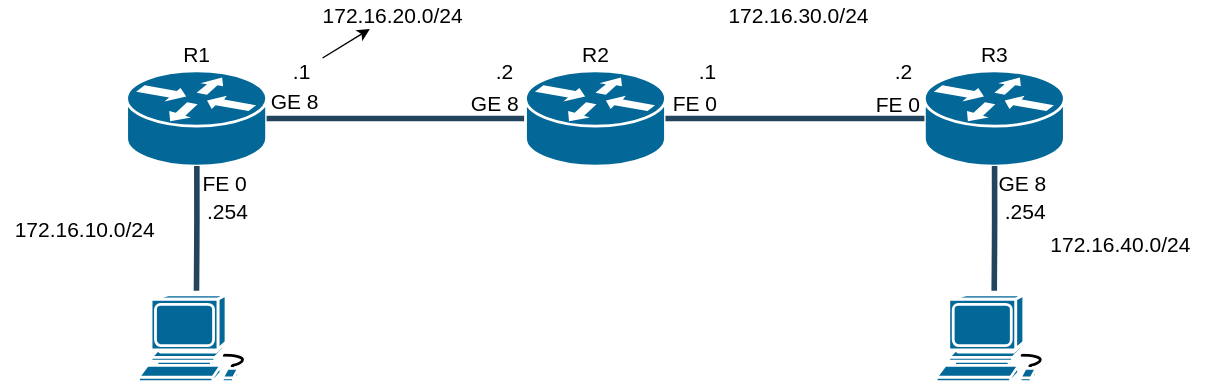
mu-ruU1/network-study keeps this draw.io diagram as static-routing/topology.drawio.svg. Above is the earlier version. Source tidied: cells renumbered, new cells last; positions are measured from the earlier drawing's top-left corner, leaving out a move shared by most shapes. Its diagram source:
```xml
<mxGraphModel background="#ffffff">
  <root>
    <mxCell id="0" />
    <mxCell id="1" parent="0" />
    <mxCell id="2" value="R1" style="shape=mxgraph.cisco.routers.router;sketch=0;html=1;dashed=0;fillColor=#036897;strokeColor=#ffffff;strokeWidth=2;verticalLabelPosition=top;verticalAlign=bottom;align=center;outlineConnect=0;horizontal=1;fontColor=#000000;labelPosition=center;fontSize=15;" parent="1" vertex="1">
      <mxGeometry x="90" y="50" width="100" height="67.9" as="geometry" />
    </mxCell>
    <mxCell id="3" value="GE 8" style="edgeStyle=orthogonalEdgeStyle;rounded=1;html=1;strokeColor=#23445D;endArrow=none;endFill=0;strokeWidth=4;fontColor=#000000;labelBackgroundColor=none;verticalAlign=bottom;exitX=1;exitY=0.5;exitDx=0;exitDy=0;exitPerimeter=0;entryX=0;entryY=0.5;entryDx=0;entryDy=0;entryPerimeter=0;fontSize=15;" parent="1" edge="1" source="2" target="11">
      <mxGeometry x="-0.78" relative="1" as="geometry" />
    </mxCell>
    <mxCell id="4" value="GE 8" style="edgeLabel;html=1;align=center;verticalAlign=middle;fontSize=15;fontColor=#000000;labelBackgroundColor=none;" parent="3" vertex="1">
      <mxGeometry x="0.79" y="-1" relative="1" as="geometry">
        <mxPoint x="-2" y="-12" as="offset" />
      </mxGeometry>
    </mxCell>
    <mxCell id="5" style="shape=mxgraph.cisco.computers_and_peripherals.workstation;sketch=0;html=1;dashed=0;fillColor=#036897;strokeColor=#ffffff;strokeWidth=2;verticalLabelPosition=bottom;verticalAlign=top;align=center;labelBackgroundColor=none;fontSize=15;fontColor=#000000;" parent="1" vertex="1">
      <mxGeometry x="98.5" y="210" width="83" height="62" as="geometry" />
    </mxCell>
    <mxCell id="6" value="FE 0" style="edgeStyle=orthogonalEdgeStyle;rounded=1;html=1;strokeColor=#23445D;endArrow=none;endFill=0;strokeWidth=4;fontColor=#000000;labelBackgroundColor=none;fontSize=15;" parent="1" edge="1">
      <mxGeometry x="-0.73" y="20" relative="1" as="geometry">
        <mxPoint x="140.1" y="117.9" as="sourcePoint" />
        <mxPoint x="139.9" y="207" as="targetPoint" />
        <Array as="points">
          <mxPoint x="140.1" y="162.9" />
        </Array>
      </mxGeometry>
    </mxCell>
    <mxCell id="7" value="R3" style="shape=mxgraph.cisco.routers.router;sketch=0;html=1;dashed=0;fillColor=#036897;strokeColor=#ffffff;strokeWidth=2;verticalLabelPosition=top;verticalAlign=bottom;align=center;outlineConnect=0;fontColor=#000000;labelPosition=center;fontSize=15;" parent="1" vertex="1">
      <mxGeometry x="660" y="50" width="100" height="67.9" as="geometry" />
    </mxCell>
    <mxCell id="8" style="shape=mxgraph.cisco.computers_and_peripherals.workstation;sketch=0;html=1;dashed=0;fillColor=#036897;strokeColor=#ffffff;strokeWidth=2;verticalLabelPosition=bottom;verticalAlign=top;align=center;labelBackgroundColor=none;fontSize=15;fontColor=#000000;" parent="1" vertex="1">
      <mxGeometry x="668.5" y="210" width="83" height="62" as="geometry" />
    </mxCell>
    <mxCell id="9" style="edgeStyle=orthogonalEdgeStyle;rounded=1;html=1;strokeColor=#23445D;endArrow=none;endFill=0;strokeWidth=4;fontColor=#000000;labelBackgroundColor=none;" parent="1" edge="1">
      <mxGeometry relative="1" as="geometry">
        <mxPoint x="710.2" y="117.9" as="sourcePoint" />
        <mxPoint x="709.9" y="207" as="targetPoint" />
        <Array as="points">
          <mxPoint x="710.1" y="162.9" />
        </Array>
      </mxGeometry>
    </mxCell>
    <mxCell id="10" value="GE 8" style="edgeLabel;html=1;align=center;verticalAlign=middle;fontSize=15;fontColor=#000000;labelBackgroundColor=none;" parent="9" vertex="1">
      <mxGeometry x="-0.65" y="2" relative="1" as="geometry">
        <mxPoint x="18" y="-4" as="offset" />
      </mxGeometry>
    </mxCell>
    <mxCell id="11" value="R2" style="shape=mxgraph.cisco.routers.router;sketch=0;html=1;dashed=0;fillColor=#036897;strokeColor=#ffffff;strokeWidth=2;verticalLabelPosition=top;verticalAlign=bottom;align=center;outlineConnect=0;fontColor=#000000;fontSize=15;labelPosition=center;" parent="1" vertex="1">
      <mxGeometry x="375" y="50" width="100" height="67.9" as="geometry" />
    </mxCell>
    <mxCell id="12" style="edgeStyle=orthogonalEdgeStyle;rounded=1;html=1;strokeColor=#23445D;endArrow=none;endFill=0;strokeWidth=4;fontColor=#000000;labelBackgroundColor=none;verticalAlign=bottom;exitX=1;exitY=0.5;exitDx=0;exitDy=0;exitPerimeter=0;entryX=0;entryY=0.5;entryDx=0;entryDy=0;entryPerimeter=0;" parent="1" edge="1" source="11" target="7">
      <mxGeometry x="-0.14" relative="1" as="geometry" />
    </mxCell>
    <mxCell id="13" value="FE 0" style="edgeLabel;html=1;align=center;verticalAlign=middle;fontSize=15;fontColor=#000000;labelBackgroundColor=none;" parent="12" vertex="1">
      <mxGeometry x="-0.68" y="1" relative="1" as="geometry">
        <mxPoint x="-9" y="-10" as="offset" />
      </mxGeometry>
    </mxCell>
    <mxCell id="14" value="FE 0" style="edgeLabel;html=1;align=center;verticalAlign=middle;fontSize=15;fontColor=#000000;labelBackgroundColor=none;" parent="12" vertex="1">
      <mxGeometry x="0.74" y="1" relative="1" as="geometry">
        <mxPoint x="4" y="-9" as="offset" />
      </mxGeometry>
    </mxCell>
    <mxCell id="15" value="172.16.10.0/24" style="text;html=1;align=center;verticalAlign=middle;strokeColor=none;fillColor=none;fontSize=15;fontColor=#000000;" parent="1" vertex="1">
      <mxGeometry y="153" width="120" height="20" as="geometry" />
    </mxCell>
    <mxCell id="16" value="172.16.20.0/24" style="text;html=1;align=center;verticalAlign=middle;points=[];strokeColor=none;fillColor=none;fontSize=15;fontColor=#000000;" parent="1" vertex="1">
      <mxGeometry x="220" width="120" height="20" as="geometry" />
    </mxCell>
    <mxCell id="17" value="172.16.30.0/24" style="text;html=1;align=center;verticalAlign=middle;strokeColor=none;fillColor=none;fontSize=15;fontColor=#000000;" parent="1" vertex="1">
      <mxGeometry x="510" width="120" height="20" as="geometry" />
    </mxCell>
    <mxCell id="18" value="172.16.40.0/24" style="text;html=1;align=center;verticalAlign=middle;strokeColor=none;fillColor=none;fontSize=15;fontColor=#000000;" parent="1" vertex="1">
      <mxGeometry x="740" y="164" width="120" height="20" as="geometry" />
    </mxCell>
    <mxCell id="19" value=".254" style="text;html=1;align=center;verticalAlign=middle;strokeColor=none;fillColor=none;fontSize=15;fontColor=#000000;" parent="1" vertex="1">
      <mxGeometry x="141.5" y="140" width="40" height="20" as="geometry" />
    </mxCell>
    <mxCell id="20" style="edgeStyle=none;html=1;fontSize=15;fontColor=#000000;" parent="1" edge="1" source="21" target="16">
      <mxGeometry relative="1" as="geometry" />
    </mxCell>
    <mxCell id="21" value=".1" style="text;html=1;align=center;verticalAlign=middle;points=[];strokeColor=none;fillColor=none;fontSize=15;fontColor=#000000;" parent="1" vertex="1">
      <mxGeometry x="200" y="40" width="30" height="20" as="geometry" />
    </mxCell>
    <mxCell id="22" value=".2" style="text;html=1;align=center;verticalAlign=middle;strokeColor=none;fillColor=none;fontSize=15;fontColor=#000000;" parent="1" vertex="1">
      <mxGeometry x="345" y="40" width="30" height="20" as="geometry" />
    </mxCell>
    <mxCell id="23" value=".1" style="text;html=1;align=center;verticalAlign=middle;strokeColor=none;fillColor=none;fontSize=15;fontColor=#000000;" parent="1" vertex="1">
      <mxGeometry x="490" y="40" width="30" height="20" as="geometry" />
    </mxCell>
    <mxCell id="24" value=".2" style="text;html=1;align=center;verticalAlign=middle;strokeColor=none;fillColor=none;fontSize=15;fontColor=#000000;" parent="1" vertex="1">
      <mxGeometry x="630" y="40" width="30" height="20" as="geometry" />
    </mxCell>
    <mxCell id="25" value=".254" style="text;html=1;align=center;verticalAlign=middle;strokeColor=none;fillColor=none;fontSize=15;fontColor=#000000;" parent="1" vertex="1">
      <mxGeometry x="711.5" y="140" width="40" height="20" as="geometry" />
    </mxCell>
  </root>
</mxGraphModel>
```
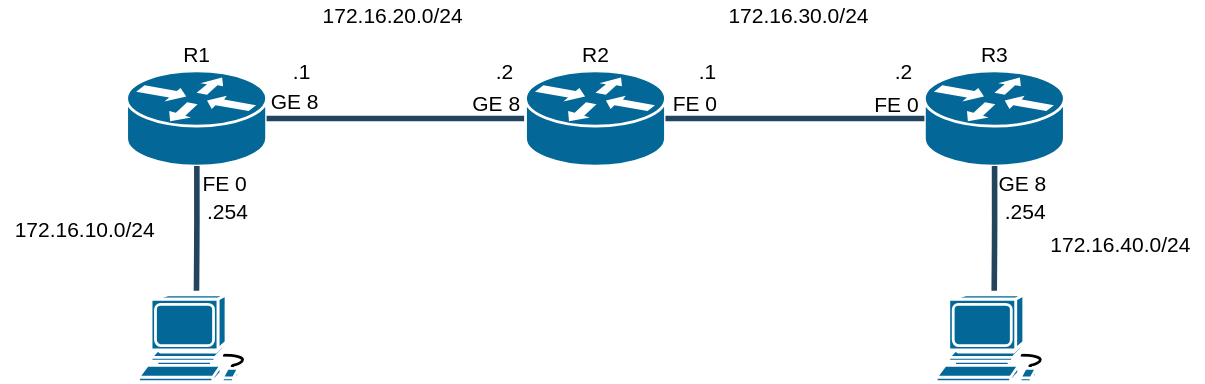
After the change.

Change to the diagram source:
```diff
@@ -76,9 +76,6 @@
     <mxCell id="19" value=".254" style="text;html=1;align=center;verticalAlign=middle;strokeColor=none;fillColor=none;fontSize=15;fontColor=#000000;" parent="1" vertex="1">
       <mxGeometry x="141.5" y="140" width="40" height="20" as="geometry" />
     </mxCell>
-    <mxCell id="20" style="edgeStyle=none;html=1;fontSize=15;fontColor=#000000;" parent="1" edge="1" source="21" target="16">
-      <mxGeometry relative="1" as="geometry" />
-    </mxCell>
     <mxCell id="21" value=".1" style="text;html=1;align=center;verticalAlign=middle;points=[];strokeColor=none;fillColor=none;fontSize=15;fontColor=#000000;" parent="1" vertex="1">
       <mxGeometry x="200" y="40" width="30" height="20" as="geometry" />
     </mxCell>
```
